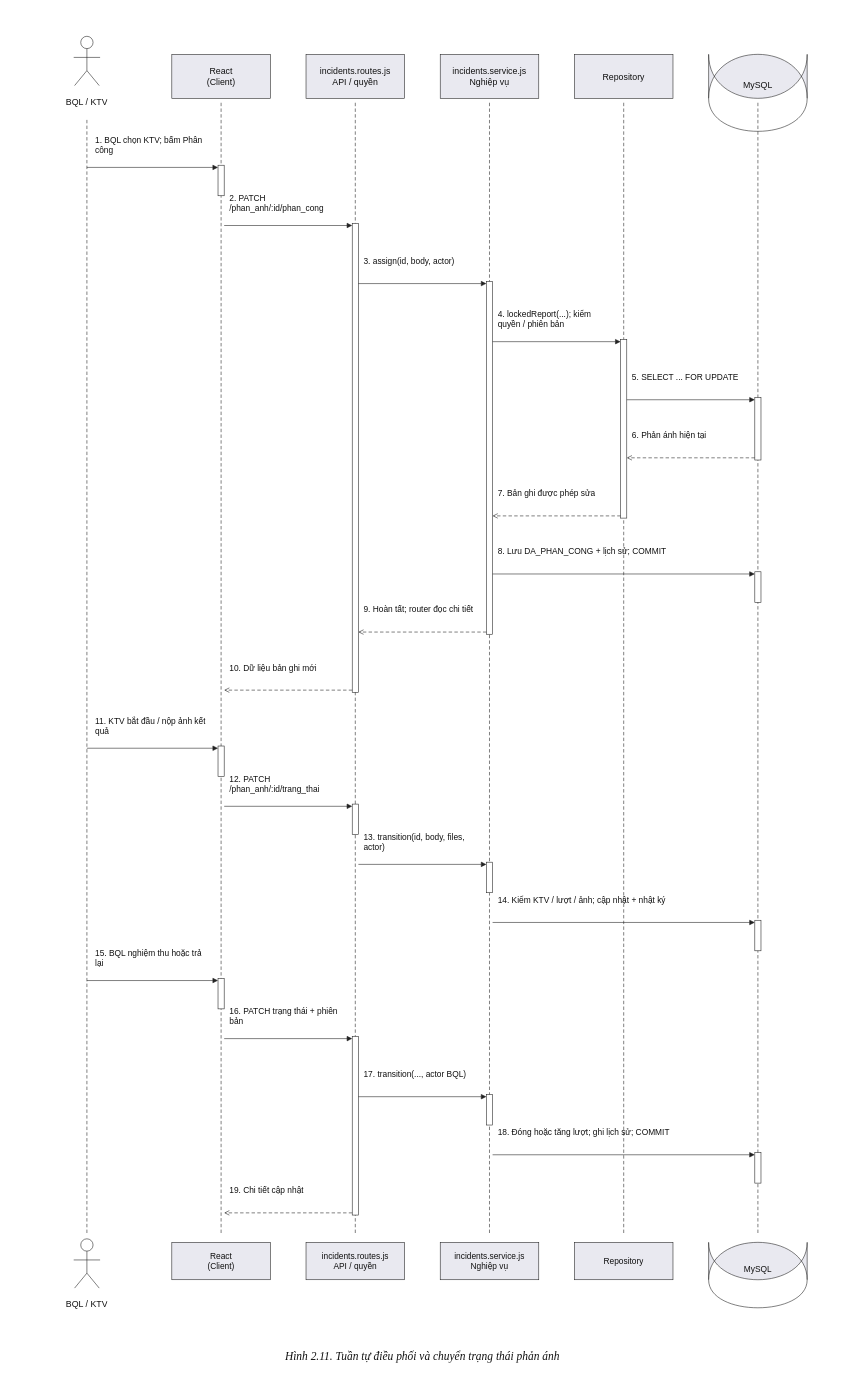
The draw.io diagram docs/so-do-theo-mau-2026-11-17/drawio/02-11-sequence-xu-ly.drawio in tunato2807-del/chung-cu-starter, before the edit. Source tidied: cells renumbered, new cells numbered last; positions are measured from the earlier drawing's top-left corner, leaving out a move shared by most shapes. Both pictures are drawn from the tidied source at 44%, with x=0, y=0 at pixel (7, 7).
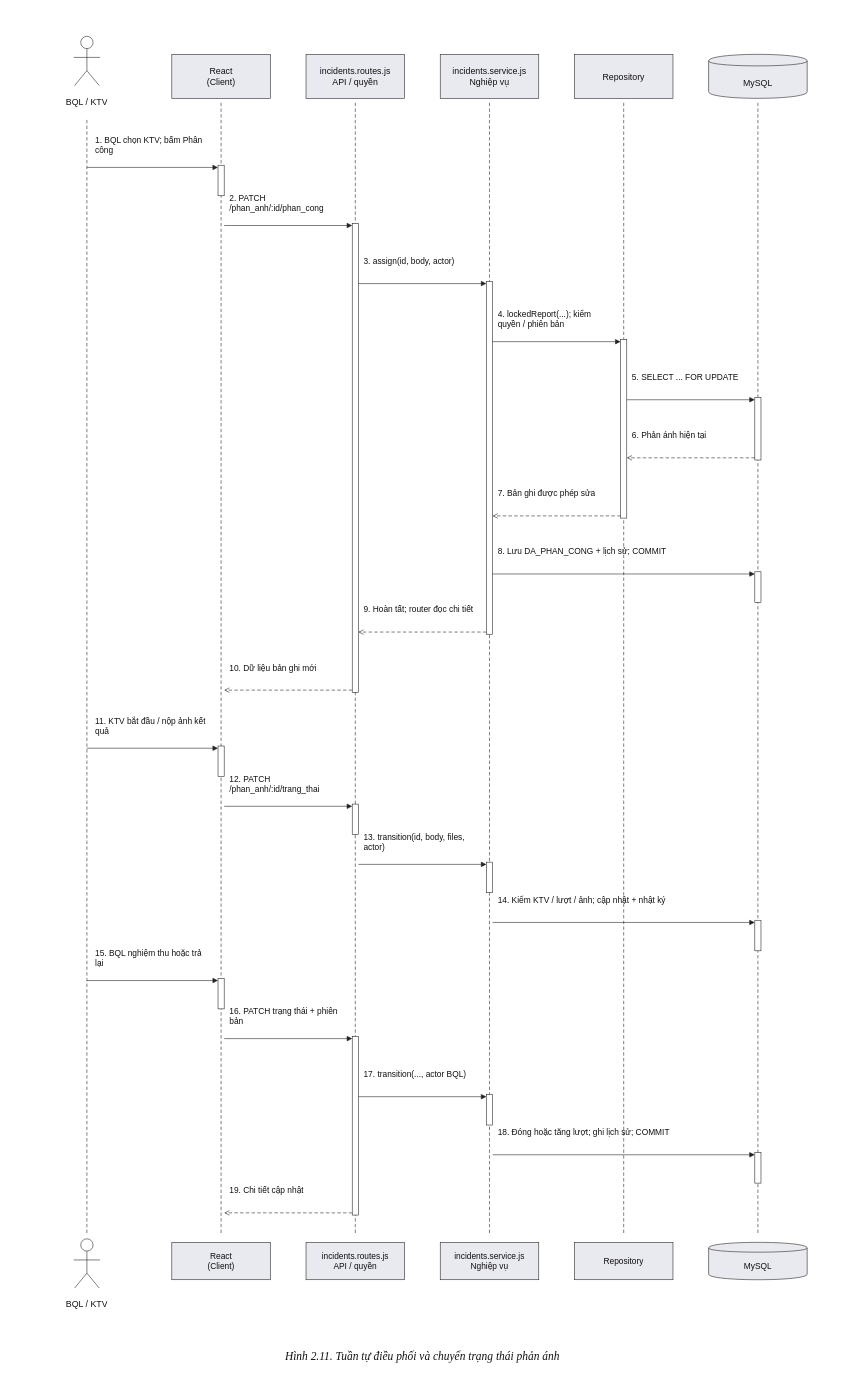
After the change.

Change to the diagram source:
```diff
@@
-    <mxCell id="32" value="MySQL" style="html=1;whiteSpace=wrap;overflow=hidden;fontFamily=Arial;fontSize=20;fontStyle=0;fontColor=#111111;strokeColor=#222222;strokeWidth=1.3;fillColor=#e9e9f0;align=center;verticalAlign=middle;spacing=5;shape=cylinder;size=12;boundedLbl=1;" parent="1" vertex="1">
+    <mxCell id="32" value="MySQL" style="html=1;whiteSpace=wrap;overflow=hidden;fontFamily=Arial;fontSize=20;fontStyle=0;fontColor=#111111;strokeColor=#222222;strokeWidth=1.3;fillColor=#e9e9f0;align=center;verticalAlign=middle;spacing=5;shape=cylinder;size=0.15;boundedLbl=1;" parent="1" vertex="1">
       <mxGeometry x="1593" y="106" width="224" height="100" as="geometry" />
     </mxCell>
@@
-    <mxCell id="34" value="MySQL" style="html=1;whiteSpace=wrap;overflow=hidden;fontFamily=Arial;fontSize=19;fontStyle=0;fontColor=#111111;strokeColor=#222222;strokeWidth=1.3;fillColor=#e9e9f0;align=center;verticalAlign=middle;spacing=5;shape=cylinder;size=12;boundedLbl=1;" parent="1" vertex="1">
+    <mxCell id="34" value="MySQL" style="html=1;whiteSpace=wrap;overflow=hidden;fontFamily=Arial;fontSize=19;fontStyle=0;fontColor=#111111;strokeColor=#222222;strokeWidth=1.3;fillColor=#e9e9f0;align=center;verticalAlign=middle;spacing=5;shape=cylinder;size=0.15;boundedLbl=1;" parent="1" vertex="1">
       <mxGeometry x="1593" y="2806" width="224" height="85" as="geometry" />
     </mxCell>
```
